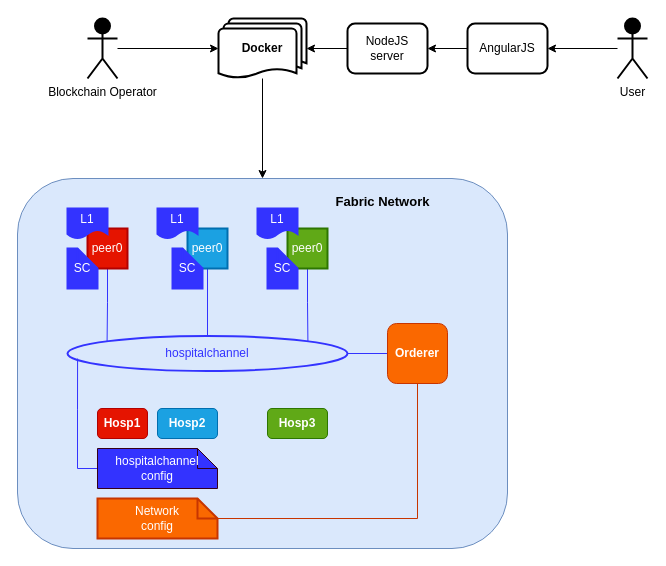
Before: docs/Sprint1/Architecture/Architecture_v2.drawio in kshitijyelpale/blockchain-hyperledger-fabric-electronic-patient-records, a draw.io diagram. Source tidied: cells renumbered, new cells numbered last; positions are measured from the earlier drawing's top-left corner, leaving out a move shared by most shapes. Both pictures are drawn from the tidied source at 100%, with x=0, y=0 at pixel (17, 18).
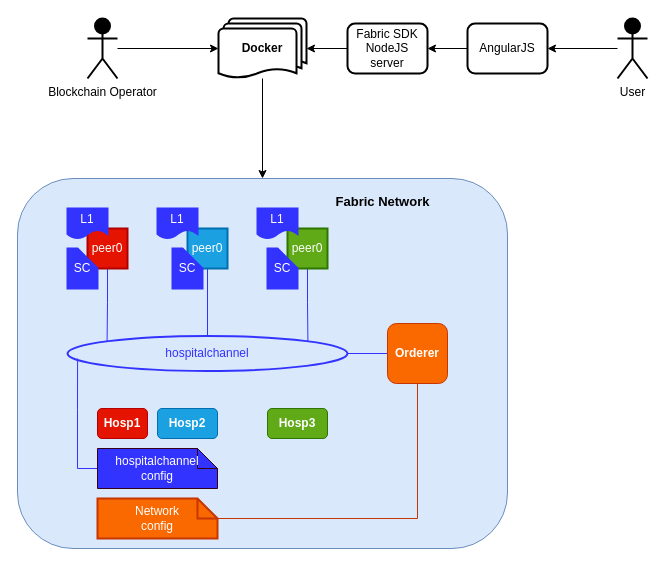
After the change.

Change to the diagram source:
```diff
@@
-    <mxCell id="30" value="NodeJS server" style="rounded=1;whiteSpace=wrap;html=1;strokeColor=#000000;strokeWidth=2;fillColor=#FFFFFF;" parent="1" vertex="1">
+    <mxCell id="30" value="Fabric SDK&lt;br&gt;NodeJS server" style="rounded=1;whiteSpace=wrap;html=1;strokeColor=#000000;strokeWidth=2;fillColor=#FFFFFF;" parent="1" vertex="1">
       <mxGeometry x="330" y="5" width="80" height="50" as="geometry" />
     </mxCell>
```
